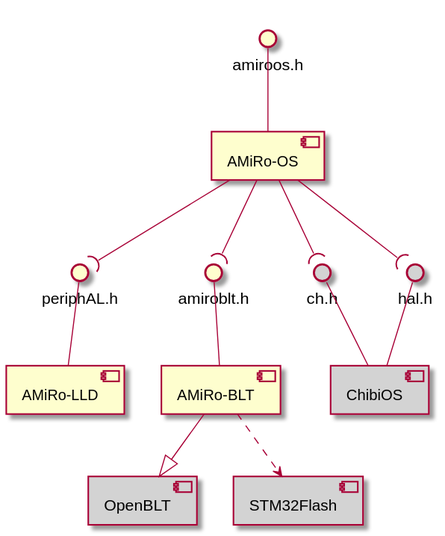
Infinity-ops/AmiroOS-ASE keeps this PlantUML diagram as doc/AMiRo-OS.svg. Above is the earlier version. Its diagram source:
```plantuml
@startuml
skinparam componentStyle uml2

interface hal.h #lightgrey
interface ch.h #lightgrey
component ChibiOS #lightgrey
ChibiOS -up- hal.h
ChibiOS -up- ch.h

skinparam componentStyle uml2

component OpenBLT #lightgrey
component STM32Flash #lightgrey

interface amiroblt.h

component "AMiRo-BLT" as AMiRoBLT
AMiRoBLT -down-|> OpenBLT
AMiRoBLT .down.> STM32Flash
AMiRoBLT -up- amiroblt.h

skinparam componentStyle uml2

interface periphAL.h

component "AMiRo-LLD" as AMiRoLLD
AMiRoLLD -up- periphAL.h


interface amiroos.h

component "AMiRo-OS" as AMiRoOS
AMiRoOS -down-( hal.h
AMiRoOS -down-( ch.h
AMiRoOS -down-( amiroblt.h
AMiRoOS -down-( periphAL.h
AMiRoOS -up- amiroos.h

@enduml
```
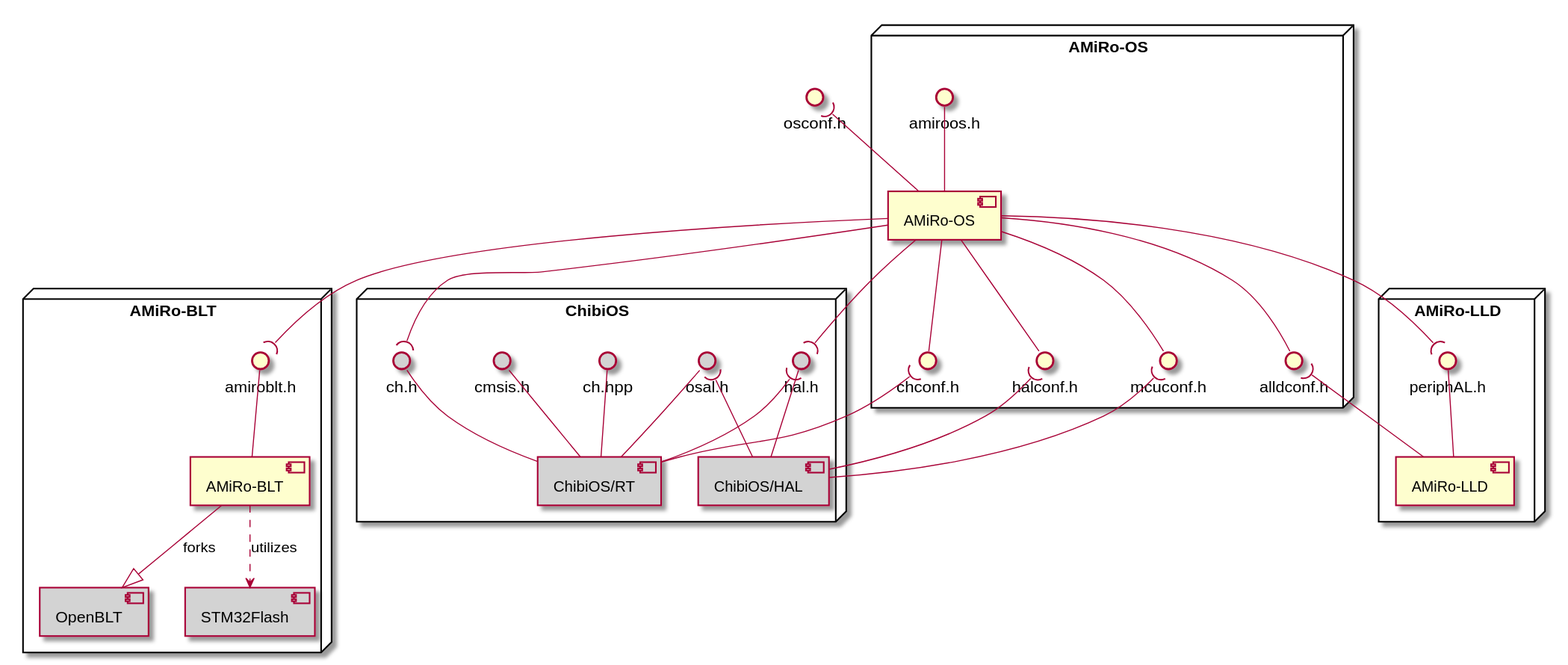
The same diagram one commit later.

Commit message:
enhanced UML component diagrams

What changed in the source:
```diff
@@ -1,39 +1,89 @@
 @startuml
 skinparam componentStyle uml2
 
-interface hal.h #lightgrey
-interface ch.h #lightgrey
-component ChibiOS #lightgrey
-ChibiOS -up- hal.h
-ChibiOS -up- ch.h
 
 skinparam componentStyle uml2
 
-component OpenBLT #lightgrey
-component STM32Flash #lightgrey
 
-interface amiroblt.h
+node "AMiRo-BLT" as AMiRoBLT_node {
+	component OpenBLT #lightgrey
+	component STM32Flash #lightgrey
 
-component "AMiRo-BLT" as AMiRoBLT
-AMiRoBLT -down-|> OpenBLT
-AMiRoBLT .down.> STM32Flash
-AMiRoBLT -up- amiroblt.h
+	interface amiroblt.h
+
+	component "AMiRo-BLT" as AMiRoBLT
+	AMiRoBLT -down-|> OpenBLT : forks
+	AMiRoBLT .down.> STM32Flash : utilizes
+	AMiRoBLT -up- amiroblt.h
+}
+
+
+
+node "AMiRo-OS" as AMiRoOS_node {
+	interface mcuconf.h
+	interface halconf.h
+	interface chconf.h
+}
+
+node "ChibiOS" as ChibiOS_node{
+	interface hal.h #lightgrey
+	interface osal.h #lightgrey
+	interface cmsis.h #lightgrey
+	interface ch.h #lightgrey
+	interface ch.hpp #lightgrey
+
+	component "ChibiOS/HAL" as ChibiOS_HAL #lightgrey
+	ChibiOS_HAL -up-( mcuconf.h
+	ChibiOS_HAL -up-( halconf.h
+	ChibiOS_HAL -up- hal.h
+	ChibiOS_HAL -up-( osal.h
+
+	component "ChibiOS/RT" as ChibiOS_RT #lightgrey
+	ChibiOS_RT -up-( chconf.h
+	ChibiOS_RT -up-( hal.h
+	ChibiOS_RT -up- osal.h
+	ChibiOS_RT -up- cmsis.h
+	ChibiOS_RT -up- ch.h
+	ChibiOS_RT -up- ch.hpp
+}
+
+
+node "AMiRo-OS" as AMiRoOS_node {
+	interface alldconf.h
+}
 
 skinparam componentStyle uml2
 
-interface periphAL.h
 
-component "AMiRo-LLD" as AMiRoLLD
-AMiRoLLD -up- periphAL.h
+interface alldconf.h
+
+node "AMiRo-LLD" as AMiRoLLD_node {
+	interface periphAL.h
+
+	component "AMiRo-LLD" as AMiRoLLD
+	AMiRoLLD -up-( alldconf.h
+	AMiRoLLD -up- periphAL.h
+}
 
 
-interface amiroos.h
 
-component "AMiRo-OS" as AMiRoOS
-AMiRoOS -down-( hal.h
-AMiRoOS -down-( ch.h
-AMiRoOS -down-( amiroblt.h
-AMiRoOS -down-( periphAL.h
-AMiRoOS -up- amiroos.h
+
+interface osconf.h
+
+node "AMiRo-OS" as AMiRoOS_node {
+	interface amiroos.h
+
+	component "AMiRo-OS" as AMiRoOS
+	AMiRoOS -- mcuconf.h
+	AMiRoOS -- halconf.h
+	AMiRoOS -- chconf.h
+	AMiRoOS --( hal.h
+	AMiRoOS --( ch.h
+	AMiRoOS --( amiroblt.h
+	AMiRoOS -- alldconf.h
+	AMiRoOS --( periphAL.h
+	AMiRoOS -up-( osconf.h
+	AMiRoOS -up- amiroos.h
+}
 
 @enduml
```
